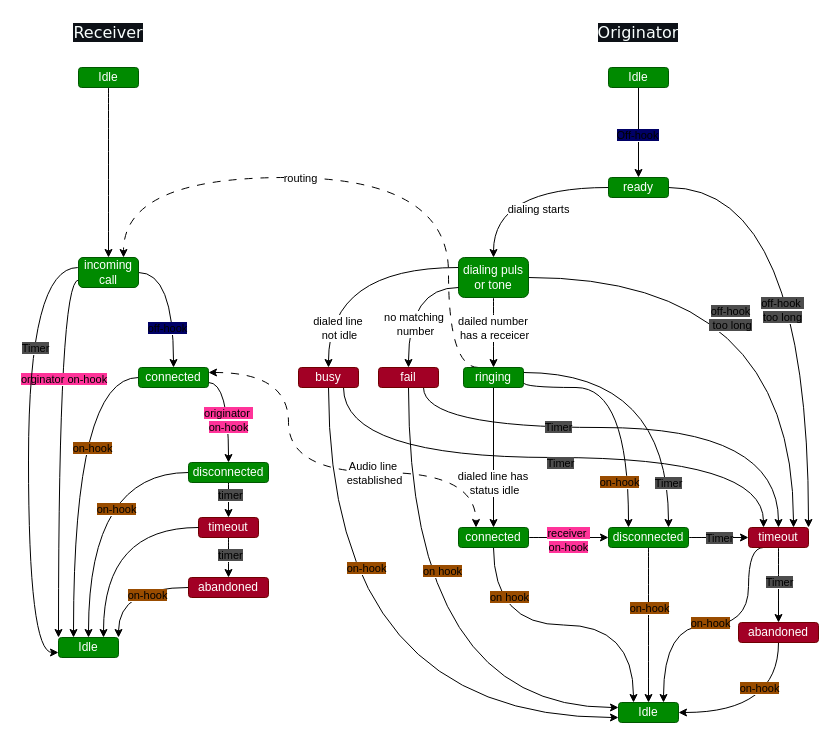
Before: docs/PhoneStatusflowshart.drawio in ondfrukt/ProofOfConcept, a draw.io diagram. Source tidied: cells renumbered, new cells numbered last; positions are measured from the earlier drawing's top-left corner, leaving out a move shared by most shapes. Both pictures are drawn from the tidied source at 100%, with x=0, y=0 at pixel (28, 17).
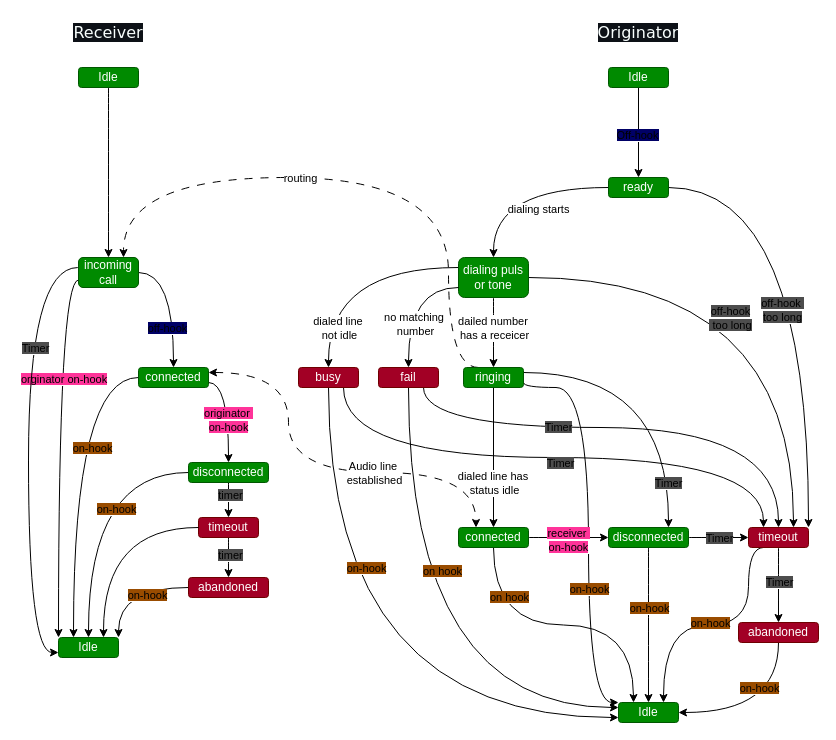
The same diagram, later.

Unchanged cells that the change refers to:
```xml
<mxCell id="39" value="ringing" style="rounded=1;whiteSpace=wrap;html=1;fillColor=#008a00;strokeColor=#005700;fontColor=#ffffff;" parent="1" vertex="1">
  <mxGeometry x="435" y="350" width="60" height="20" as="geometry" />
</mxCell>
<mxCell id="51" value="disconnected" style="rounded=1;whiteSpace=wrap;html=1;fillColor=#008a00;strokeColor=#005700;fontColor=#ffffff;" parent="1" vertex="1">
  <mxGeometry x="580" y="510" width="80" height="20" as="geometry" />
</mxCell>
<mxCell id="55" value="Idle" style="rounded=1;whiteSpace=wrap;html=1;fillColor=#008a00;strokeColor=#005700;fontColor=#ffffff;" parent="1" vertex="1">
  <mxGeometry x="590" y="685" width="60" height="20" as="geometry" />
</mxCell>
```

Diff of the diagram source:
```diff
@@
-    <mxCell id="35" style="edgeStyle=orthogonalEdgeStyle;html=1;exitX=1;exitY=0.75;exitDx=0;exitDy=0;entryX=0.25;entryY=0;entryDx=0;entryDy=0;curved=1;" parent="1" edge="1" source="39" target="51">
+    <mxCell id="35" style="edgeStyle=orthogonalEdgeStyle;html=1;exitX=1;exitY=0.75;exitDx=0;exitDy=0;entryX=0;entryY=0;entryDx=0;entryDy=0;curved=1;" parent="1" edge="1" source="39" target="55">
       <mxGeometry relative="1" as="geometry">
         <Array as="points">
           <mxPoint x="495" y="370" />
-          <mxPoint x="600" y="370" />
+          <mxPoint x="560" y="370" />
+          <mxPoint x="560" y="685" />
         </Array>
       </mxGeometry>
     </mxCell>
     <mxCell id="36" value="&lt;span style=&quot;background-color: rgb(153, 76, 0);&quot;&gt;on-hook&lt;/span&gt;" style="edgeLabel;html=1;align=center;verticalAlign=middle;" parent="35" vertex="1">
       <mxGeometry x="0.14" y="-18" relative="1" as="geometry">
-        <mxPoint x="8" y="61" as="offset" />
+        <mxPoint x="18" y="34" as="offset" />
       </mxGeometry>
     </mxCell>
```
